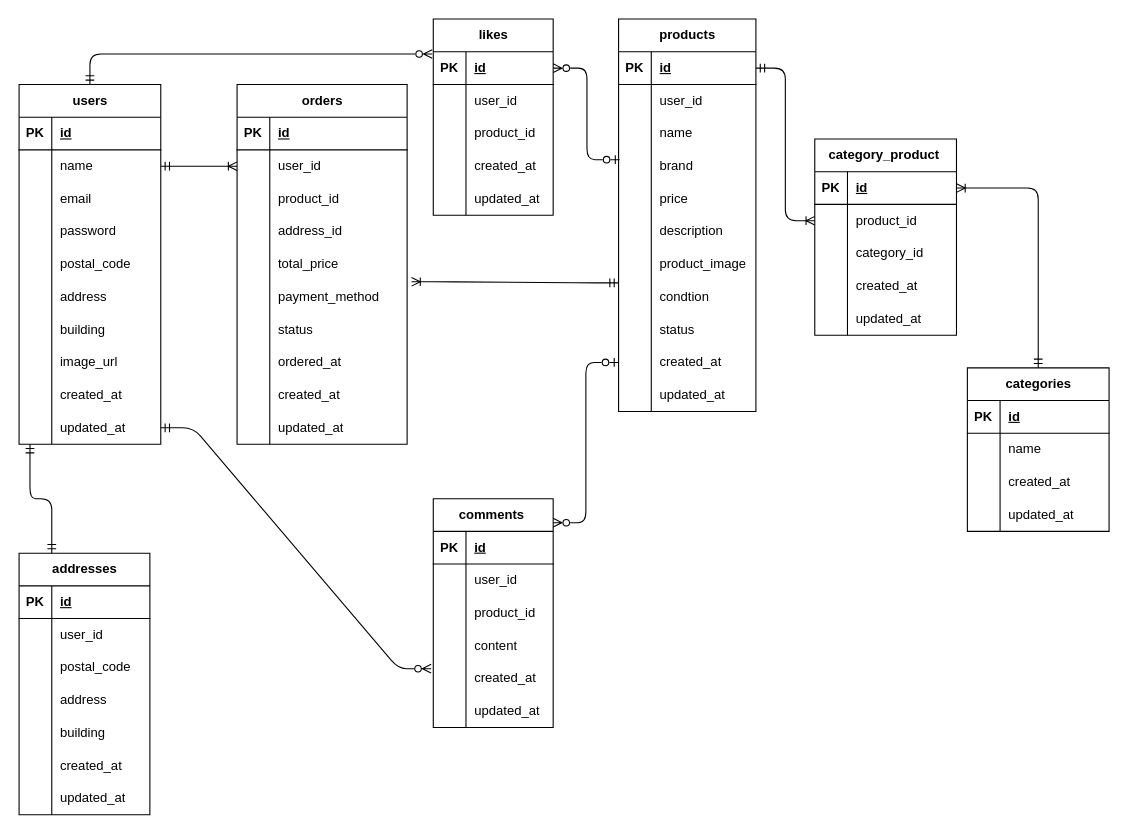
Before: src/er.drawio in aiwing001/flea-market-app, a draw.io diagram. Source tidied: cells renumbered, new cells numbered last; positions are measured from the earlier drawing's top-left corner, leaving out a move shared by most shapes. Both pictures are drawn from the tidied source at 109%, with x=0, y=0 at pixel (19, 19).
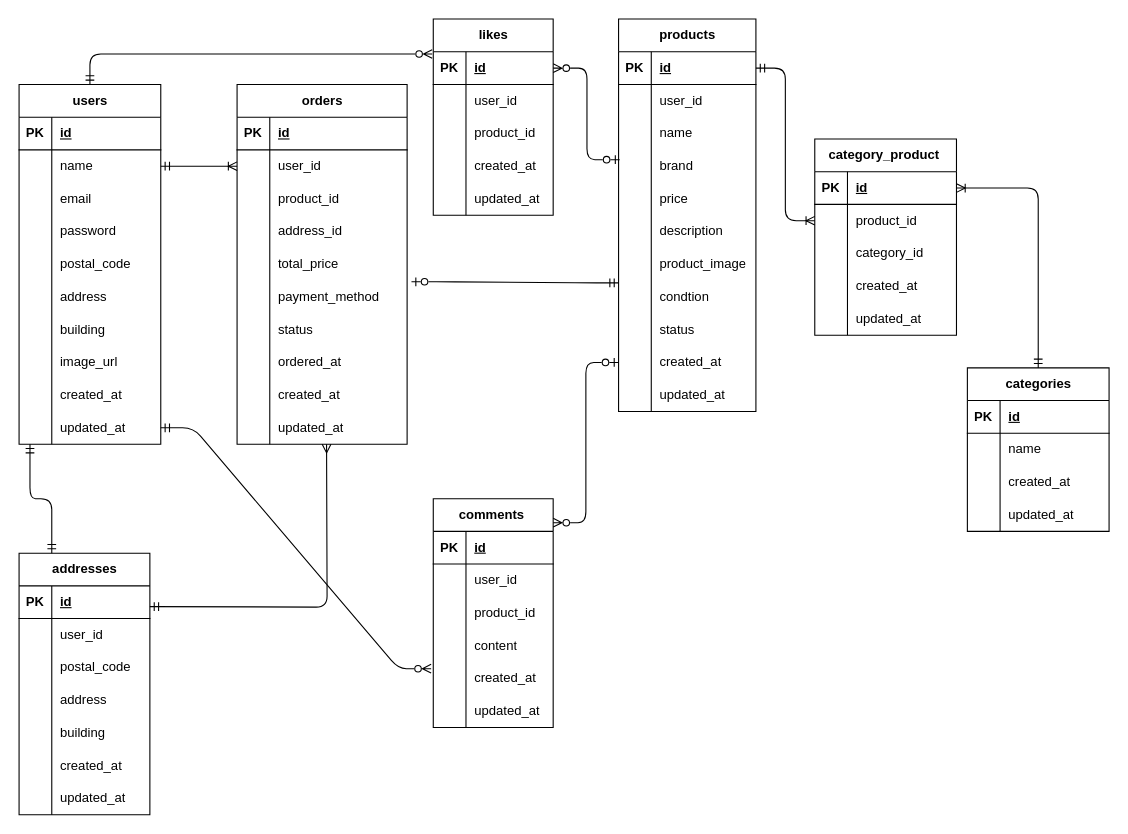
After the change.

Unchanged cells that the change refers to:
```xml
<mxCell id="55" style="shape=tableRow;horizontal=0;startSize=0;swimlaneHead=0;swimlaneBody=0;fillColor=none;points=[[0,0.5],[1,0.5]];portConstraint=eastwest;top=0;left=0;right=0;bottom=0;" parent="33" vertex="1">
  <mxGeometry y="240" width="126" height="30" as="geometry" />
</mxCell>
<mxCell id="118" style="shape=tableRow;horizontal=0;startSize=0;swimlaneHead=0;swimlaneBody=0;fillColor=none;points=[[0,0.5],[1,0.5]];portConstraint=eastwest;top=0;left=0;right=0;bottom=0;" parent="102" vertex="1">
  <mxGeometry y="180" width="156" height="30" as="geometry" />
</mxCell>
```

Change to the diagram source:
```diff
@@
-    <mxCell id="192" style="edgeStyle=entityRelationEdgeStyle;fontSize=12;html=1;endArrow=ERmandOne;endFill=0;exitX=1.026;exitY=0.033;exitDx=0;exitDy=0;entryX=0;entryY=0.067;entryDx=0;entryDy=0;startArrow=ERoneToMany;startFill=0;exitPerimeter=0;entryPerimeter=0;" parent="1" edge="1" source="118" target="55">
-      <mxGeometry relative="1" as="geometry" />
+    <mxCell id="192" style="edgeStyle=entityRelationEdgeStyle;fontSize=12;html=1;endArrow=ERmandOne;endFill=0;entryX=0;entryY=0.067;entryDx=0;entryDy=0;startArrow=ERzeroToOne;startFill=0;entryPerimeter=0;" parent="1" edge="1" target="55">
+      <mxGeometry relative="1" as="geometry">
+        <mxPoint x="360" y="241" as="sourcePoint" />
+      </mxGeometry>
     </mxCell>
+    <mxCell id="193" style="edgeStyle=orthogonalEdgeStyle;fontSize=12;html=1;endArrow=ERmany;entryX=0.526;entryY=1.033;entryDx=0;entryDy=0;entryPerimeter=0;endFill=0;startArrow=ERmandOne;startFill=0;" parent="1" edge="1">
+      <mxGeometry relative="1" as="geometry">
+        <mxPoint x="120" y="539" as="sourcePoint" />
+        <mxPoint x="282.1" y="390" as="targetPoint" />
+      </mxGeometry>
+    </mxCell>
```
